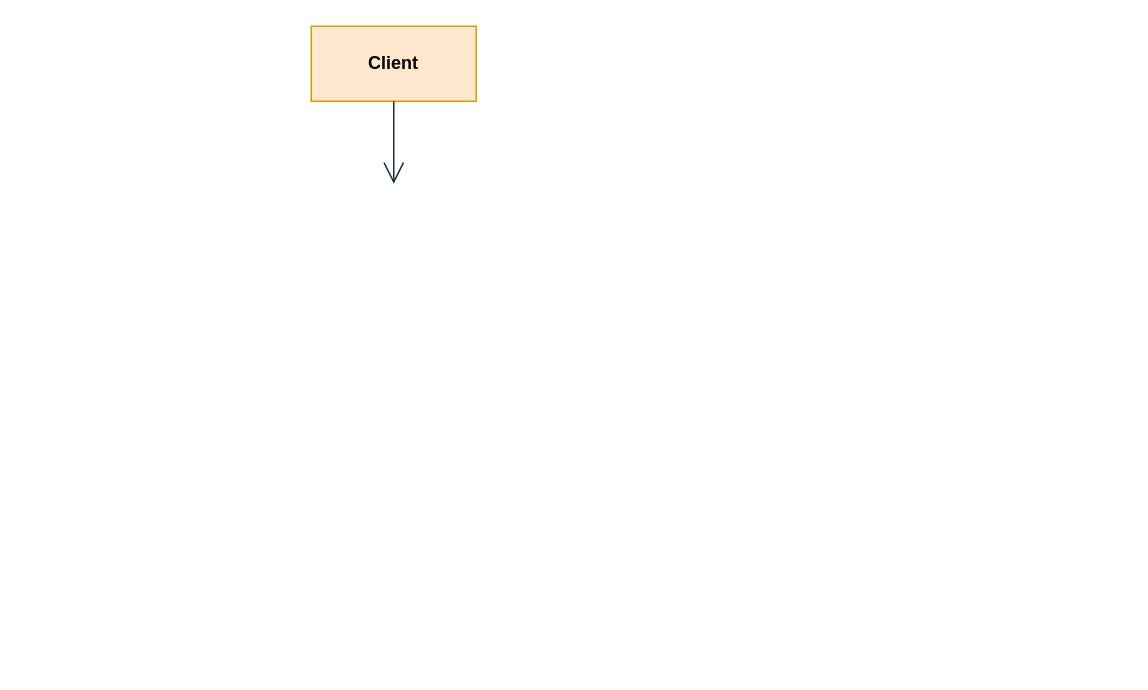
This is diagrams/structural/1composite.drawio from Vlas1d/BasePatterns, a draw.io file, before an edit. Source tidied: cells renumbered, new cells numbered last; positions are measured from the earlier drawing's top-left corner, leaving out a move shared by most shapes. Both pictures are drawn from the tidied source at 150%, with x=0, y=0 at pixel (310, 26).
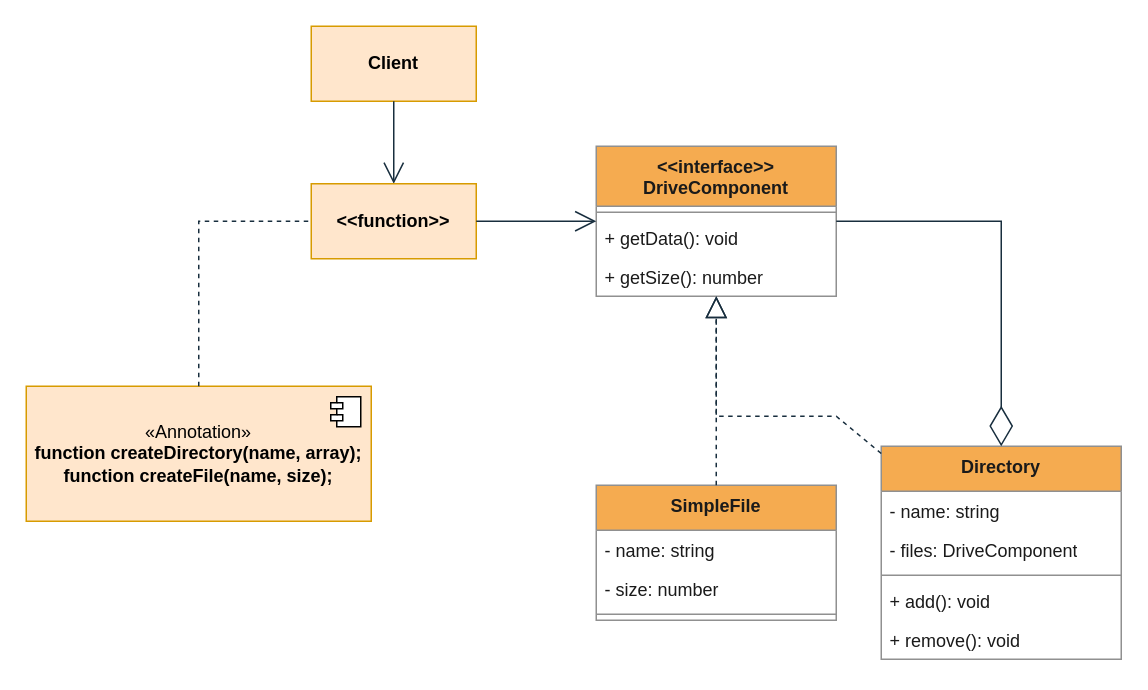
The same page after the edit.

Commit message (it also covers changes not shown here):
wrapper (code&diagram)

Unchanged cells that the change refers to:
```xml
<mxCell id="2" value="&lt;b&gt;Client&lt;/b&gt;" style="html=1;whiteSpace=wrap;fillColor=#ffe6cc;strokeColor=#d79b00;labelBackgroundColor=none;" parent="1" vertex="1">
  <mxGeometry width="110" height="50" as="geometry" />
</mxCell>
```

What changed in the source:
```diff
@@
-    <mxCell id="3" style="endArrow=open;endFill=1;endSize=12;html=1;rounded=0;strokeColor=#182E3E;fontColor=#1A1A1A;" parent="1" edge="1" source="2">
-      <mxGeometry relative="1" as="geometry">
-        <mxPoint x="55" y="105" as="targetPoint" />
-      </mxGeometry>
+    <mxCell id="3" style="endArrow=open;endFill=1;endSize=12;html=1;rounded=0;strokeColor=#182E3E;fontColor=default;labelBackgroundColor=none;" parent="1" edge="1" source="2" target="18">
+      <mxGeometry relative="1" as="geometry" />
     </mxCell>
+    <mxCell id="4" value="&amp;lt;&amp;lt;interface&amp;gt;&amp;gt;&lt;br&gt;DriveComponent" style="swimlane;fontStyle=1;align=center;verticalAlign=top;horizontal=1;startSize=40;whiteSpace=wrap;html=1;labelBackgroundColor=none;fillColor=#F5AB50;strokeColor=#909090;fontColor=#1A1A1A;" parent="1" vertex="1">
+      <mxGeometry x="190" y="80" width="160" height="100" as="geometry" />
+    </mxCell>
+    <mxCell id="5" style="line;strokeWidth=1;fillColor=none;align=left;verticalAlign=middle;spacingTop=-1;spacingLeft=3;spacingRight=3;labelPosition=right;strokeColor=#909090;labelBackgroundColor=none;fontColor=#1A1A1A;" parent="4" vertex="1">
+      <mxGeometry y="40" width="160" height="8" as="geometry" />
+    </mxCell>
+    <mxCell id="6" value="+ getData(): void" style="text;strokeColor=none;fillColor=none;align=left;verticalAlign=top;spacingLeft=4;spacingRight=4;overflow=hidden;whiteSpace=wrap;html=1;labelBackgroundColor=none;fontColor=#1A1A1A;" parent="4" vertex="1">
+      <mxGeometry y="48" width="160" height="26" as="geometry" />
+    </mxCell>
+    <mxCell id="7" value="+ getSize(): number" style="text;strokeColor=none;fillColor=none;align=left;verticalAlign=top;spacingLeft=4;spacingRight=4;overflow=hidden;whiteSpace=wrap;html=1;labelBackgroundColor=none;fontColor=#1A1A1A;" parent="4" vertex="1">
+      <mxGeometry y="74" width="160" height="26" as="geometry" />
+    </mxCell>
+    <mxCell id="8" value="SimpleFile" style="swimlane;fontStyle=1;align=center;verticalAlign=top;horizontal=1;startSize=30;whiteSpace=wrap;html=1;labelBackgroundColor=none;fillColor=#F5AB50;strokeColor=#909090;fontColor=#1A1A1A;" parent="1" vertex="1">
+      <mxGeometry x="190" y="306" width="160" height="90" as="geometry" />
+    </mxCell>
+    <mxCell id="9" value="- name: string" style="text;strokeColor=none;fillColor=none;align=left;verticalAlign=top;spacingLeft=4;spacingRight=4;overflow=hidden;whiteSpace=wrap;html=1;labelBackgroundColor=none;fontColor=#1A1A1A;" parent="8" vertex="1">
+      <mxGeometry y="30" width="160" height="26" as="geometry" />
+    </mxCell>
+    <mxCell id="10" value="- size: number" style="text;strokeColor=none;fillColor=none;align=left;verticalAlign=top;spacingLeft=4;spacingRight=4;overflow=hidden;whiteSpace=wrap;html=1;labelBackgroundColor=none;fontColor=#1A1A1A;" parent="8" vertex="1">
+      <mxGeometry y="56" width="160" height="26" as="geometry" />
+    </mxCell>
+    <mxCell id="11" style="line;strokeWidth=1;fillColor=none;align=left;verticalAlign=middle;spacingTop=-1;spacingLeft=3;spacingRight=3;labelPosition=right;strokeColor=#909090;labelBackgroundColor=none;fontColor=#1A1A1A;" parent="8" vertex="1">
+      <mxGeometry y="82" width="160" height="8" as="geometry" />
+    </mxCell>
+    <mxCell id="12" value="Directory" style="swimlane;fontStyle=1;align=center;verticalAlign=top;horizontal=1;startSize=30;whiteSpace=wrap;html=1;labelBackgroundColor=none;fillColor=#F5AB50;strokeColor=#909090;fontColor=#1A1A1A;" parent="1" vertex="1">
+      <mxGeometry x="380" y="280" width="160" height="142" as="geometry" />
+    </mxCell>
+    <mxCell id="13" value="- name: string" style="text;strokeColor=none;fillColor=none;align=left;verticalAlign=top;spacingLeft=4;spacingRight=4;overflow=hidden;whiteSpace=wrap;html=1;labelBackgroundColor=none;fontColor=#1A1A1A;" parent="12" vertex="1">
+      <mxGeometry y="30" width="160" height="26" as="geometry" />
+    </mxCell>
+    <mxCell id="14" value="- files: DriveComponent" style="text;strokeColor=none;fillColor=none;align=left;verticalAlign=top;spacingLeft=4;spacingRight=4;overflow=hidden;whiteSpace=wrap;html=1;labelBackgroundColor=none;fontColor=#1A1A1A;" parent="12" vertex="1">
+      <mxGeometry y="56" width="160" height="26" as="geometry" />
+    </mxCell>
+    <mxCell id="15" style="line;strokeWidth=1;fillColor=none;align=left;verticalAlign=middle;spacingTop=-1;spacingLeft=3;spacingRight=3;labelPosition=right;strokeColor=#909090;labelBackgroundColor=none;fontColor=#1A1A1A;" parent="12" vertex="1">
+      <mxGeometry y="82" width="160" height="8" as="geometry" />
+    </mxCell>
+    <mxCell id="16" value="+ add(): void" style="text;strokeColor=none;fillColor=none;align=left;verticalAlign=top;spacingLeft=4;spacingRight=4;overflow=hidden;whiteSpace=wrap;html=1;labelBackgroundColor=none;fontColor=#1A1A1A;" parent="12" vertex="1">
+      <mxGeometry y="90" width="160" height="26" as="geometry" />
+    </mxCell>
+    <mxCell id="17" value="+ remove(): void" style="text;strokeColor=none;fillColor=none;align=left;verticalAlign=top;spacingLeft=4;spacingRight=4;overflow=hidden;whiteSpace=wrap;html=1;labelBackgroundColor=none;fontColor=#1A1A1A;" parent="12" vertex="1">
+      <mxGeometry y="116" width="160" height="26" as="geometry" />
+    </mxCell>
+    <mxCell id="18" value="&lt;b&gt;&amp;lt;&amp;lt;function&amp;gt;&amp;gt;&lt;br&gt;&lt;/b&gt;" style="html=1;whiteSpace=wrap;fillColor=#ffe6cc;strokeColor=#d79b00;labelBackgroundColor=none;" parent="1" vertex="1">
+      <mxGeometry y="105" width="110" height="50" as="geometry" />
+    </mxCell>
+    <mxCell id="19" style="endArrow=block;dashed=1;endFill=0;endSize=12;html=1;rounded=0;strokeColor=#182E3E;fontColor=#1A1A1A;" parent="1" edge="1" source="8" target="4">
+      <mxGeometry relative="1" as="geometry" />
+    </mxCell>
+    <mxCell id="20" style="endArrow=block;dashed=1;endFill=0;endSize=12;html=1;rounded=0;strokeColor=#182E3E;fontColor=#1A1A1A;" parent="1" edge="1" source="12" target="4">
+      <mxGeometry relative="1" as="geometry">
+        <Array as="points">
+          <mxPoint x="350" y="260" />
+          <mxPoint x="270" y="260" />
+        </Array>
+      </mxGeometry>
+    </mxCell>
+    <mxCell id="21" style="endArrow=diamondThin;endFill=0;endSize=24;html=1;rounded=0;strokeColor=#182E3E;fontColor=#1A1A1A;" parent="1" edge="1" source="4" target="12">
+      <mxGeometry relative="1" as="geometry">
+        <Array as="points">
+          <mxPoint x="460" y="130" />
+        </Array>
+      </mxGeometry>
+    </mxCell>
+    <mxCell id="22" value="«Annotation»&lt;br&gt;&lt;b&gt;function createDirectory(name, array);&lt;/b&gt;&lt;br&gt;&lt;b&gt;function createFile(name, size);&lt;/b&gt;" style="html=1;whiteSpace=wrap;strokeColor=#d79b00;fillColor=#ffe6cc;" parent="1" vertex="1">
+      <mxGeometry x="-190" y="240" width="230" height="90" as="geometry" />
+    </mxCell>
+    <mxCell id="23" style="shape=module;jettyWidth=8;jettyHeight=4;" parent="22" vertex="1">
+      <mxGeometry x="1" width="20" height="20" relative="1" as="geometry">
+        <mxPoint x="-27" y="7" as="offset" />
+      </mxGeometry>
+    </mxCell>
+    <mxCell id="24" style="endArrow=open;endFill=1;endSize=12;html=1;rounded=0;strokeColor=#182E3E;fontColor=#1A1A1A;" parent="1" edge="1" source="18" target="4">
+      <mxGeometry relative="1" as="geometry" />
+    </mxCell>
+    <mxCell id="25" style="endArrow=none;dashed=1;html=1;rounded=0;strokeColor=#182E3E;fontColor=#1A1A1A;" parent="1" edge="1" source="22" target="18">
+      <mxGeometry relative="1" as="geometry">
+        <Array as="points">
+          <mxPoint x="-75" y="130" />
+        </Array>
+      </mxGeometry>
+    </mxCell>
```
